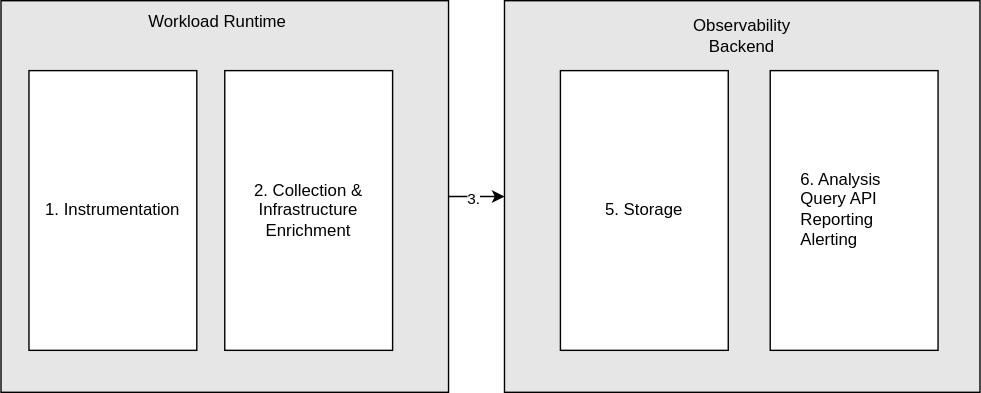
Above: concepts/observability-strategy/assets/strategy-stages.drawio.svg in kyma-project/community (draw.io), before the change. Source tidied: cells renumbered, new cells last; positions are measured from the earlier drawing's top-left corner, leaving out a move shared by most shapes.
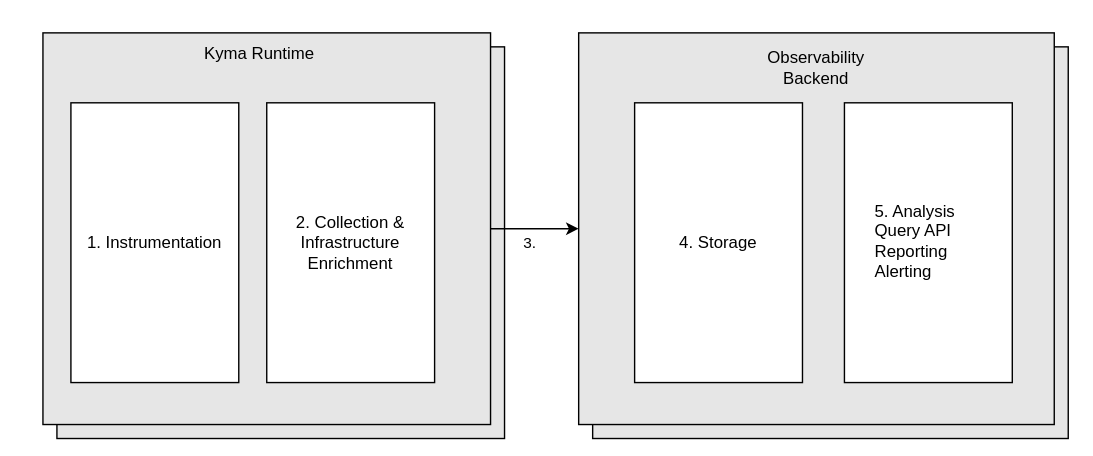
Above is the later version.

The edit, as a diff of the source:
```diff
@@ -2,39 +2,50 @@
   <root>
     <mxCell id="0" />
     <mxCell id="1" parent="0" />
+    <mxCell id="13" style="rounded=0;whiteSpace=wrap;html=1;strokeColor=none;" parent="1" vertex="1">
+      <mxGeometry x="-53" y="-22.5" width="780" height="325" as="geometry" />
+    </mxCell>
+    <mxCell id="14" style="rounded=0;whiteSpace=wrap;html=1;fillColor=#E6E6E6;" parent="1" vertex="1">
+      <mxGeometry x="370" y="10" width="340" height="280" as="geometry" />
+    </mxCell>
+    <mxCell id="15" style="rounded=0;whiteSpace=wrap;html=1;fillColor=#E6E6E6;" parent="1" vertex="1">
+      <mxGeometry x="-13" y="10" width="320" height="280" as="geometry" />
+    </mxCell>
     <mxCell id="2" style="rounded=0;whiteSpace=wrap;html=1;fillColor=#E6E6E6;" parent="1" vertex="1">
       <mxGeometry x="360" width="340" height="280" as="geometry" />
     </mxCell>
     <mxCell id="3" style="edgeStyle=none;html=1;exitX=1;exitY=0.5;exitDx=0;exitDy=0;entryX=0;entryY=0.5;entryDx=0;entryDy=0;" parent="1" edge="1" target="2">
       <mxGeometry relative="1" as="geometry">
-        <mxPoint x="320" y="140" as="sourcePoint" />
+        <mxPoint x="297" y="140" as="sourcePoint" />
       </mxGeometry>
     </mxCell>
     <mxCell id="4" value="3." style="edgeLabel;html=1;align=center;verticalAlign=middle;" parent="3" vertex="1">
-      <mxGeometry x="-0.15" y="-1" relative="1" as="geometry" />
+      <mxGeometry x="-0.15" y="-1" relative="1" as="geometry">
+        <mxPoint y="8" as="offset" />
+      </mxGeometry>
     </mxCell>
     <mxCell id="5" style="rounded=0;whiteSpace=wrap;html=1;fillColor=#E6E6E6;" parent="1" vertex="1">
-      <mxGeometry width="320" height="280" as="geometry" />
+      <mxGeometry x="-23" width="320" height="280" as="geometry" />
     </mxCell>
     <mxCell id="6" value="1. Instrumentation" style="rounded=0;whiteSpace=wrap;html=1;" parent="1" vertex="1">
-      <mxGeometry x="20" y="50" width="120" height="200" as="geometry" />
+      <mxGeometry x="-3" y="50" width="120" height="200" as="geometry" />
     </mxCell>
     <mxCell id="7" value="2. Collection &amp;amp; Infrastructure Enrichment" style="rounded=0;whiteSpace=wrap;html=1;" parent="1" vertex="1">
-      <mxGeometry x="160" y="50" width="120" height="200" as="geometry" />
+      <mxGeometry x="137" y="50" width="120" height="200" as="geometry" />
     </mxCell>
-    <mxCell id="8" value="5. Storage" style="rounded=0;whiteSpace=wrap;html=1;" parent="1" vertex="1">
+    <mxCell id="8" value="4. Storage" style="rounded=0;whiteSpace=wrap;html=1;" parent="1" vertex="1">
       <mxGeometry x="400" y="50" width="120" height="200" as="geometry" />
     </mxCell>
     <mxCell id="9" style="rounded=0;whiteSpace=wrap;html=1;align=center;" parent="1" vertex="1">
       <mxGeometry x="550" y="50" width="120" height="200" as="geometry" />
     </mxCell>
-    <mxCell id="10" value="Workload Runtime" style="text;html=1;strokeColor=none;fillColor=none;align=center;verticalAlign=middle;whiteSpace=wrap;rounded=0;" parent="1" vertex="1">
-      <mxGeometry x="100" width="110" height="30" as="geometry" />
+    <mxCell id="10" value="Kyma Runtime" style="text;html=1;strokeColor=none;fillColor=none;align=center;verticalAlign=middle;whiteSpace=wrap;rounded=0;" parent="1" vertex="1">
+      <mxGeometry x="77" width="110" height="30" as="geometry" />
     </mxCell>
     <mxCell id="11" value="Observability Backend" style="text;html=1;strokeColor=none;fillColor=none;align=center;verticalAlign=middle;whiteSpace=wrap;rounded=0;" parent="1" vertex="1">
       <mxGeometry x="475" y="10" width="110" height="30" as="geometry" />
     </mxCell>
-    <mxCell id="12" value="6. Analysis&lt;br&gt;&amp;nbsp; &amp;nbsp; Query API&lt;br&gt;&amp;nbsp; &amp;nbsp; Reporting&lt;br&gt;&lt;div&gt;&lt;span&gt;&amp;nbsp; &amp;nbsp; Alerting&lt;/span&gt;&lt;/div&gt;" style="text;html=1;strokeColor=none;fillColor=none;align=left;verticalAlign=middle;whiteSpace=wrap;rounded=0;" parent="1" vertex="1">
+    <mxCell id="12" value="5. Analysis&lt;br&gt;&amp;nbsp; &amp;nbsp; Query API&lt;br&gt;&amp;nbsp; &amp;nbsp; Reporting&lt;br&gt;&lt;div&gt;&lt;span&gt;&amp;nbsp; &amp;nbsp; Alerting&lt;/span&gt;&lt;/div&gt;" style="text;html=1;strokeColor=none;fillColor=none;align=left;verticalAlign=middle;whiteSpace=wrap;rounded=0;" parent="1" vertex="1">
       <mxGeometry x="570" y="47.5" width="80" height="202.5" as="geometry" />
     </mxCell>
   </root>
```
